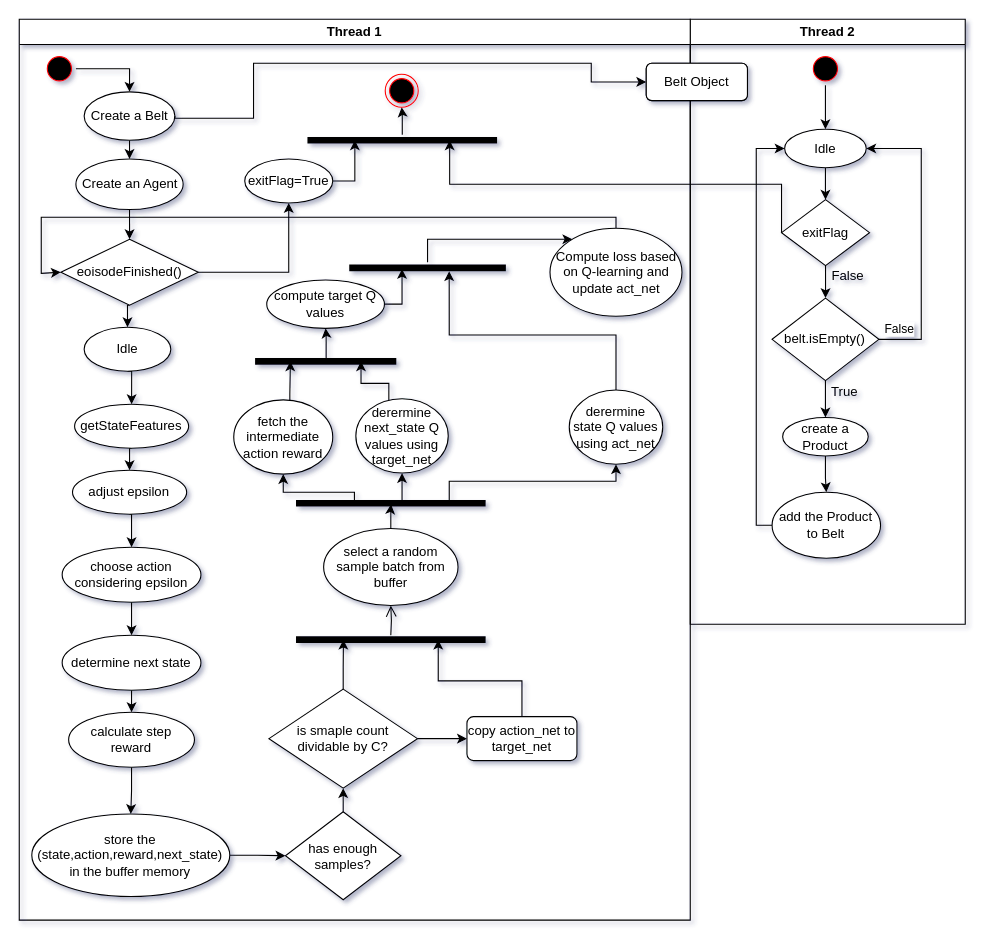
This is DQN_ActivityDiagram.drawio from Ardeshir-Shon/SmartSorter, a draw.io file, before an edit. Source tidied: cells renumbered, new cells numbered last; positions are measured from the earlier drawing's top-left corner, leaving out a move shared by most shapes. Both pictures are drawn from the tidied source at 110%, with x=0, y=0 at pixel (19, 19).
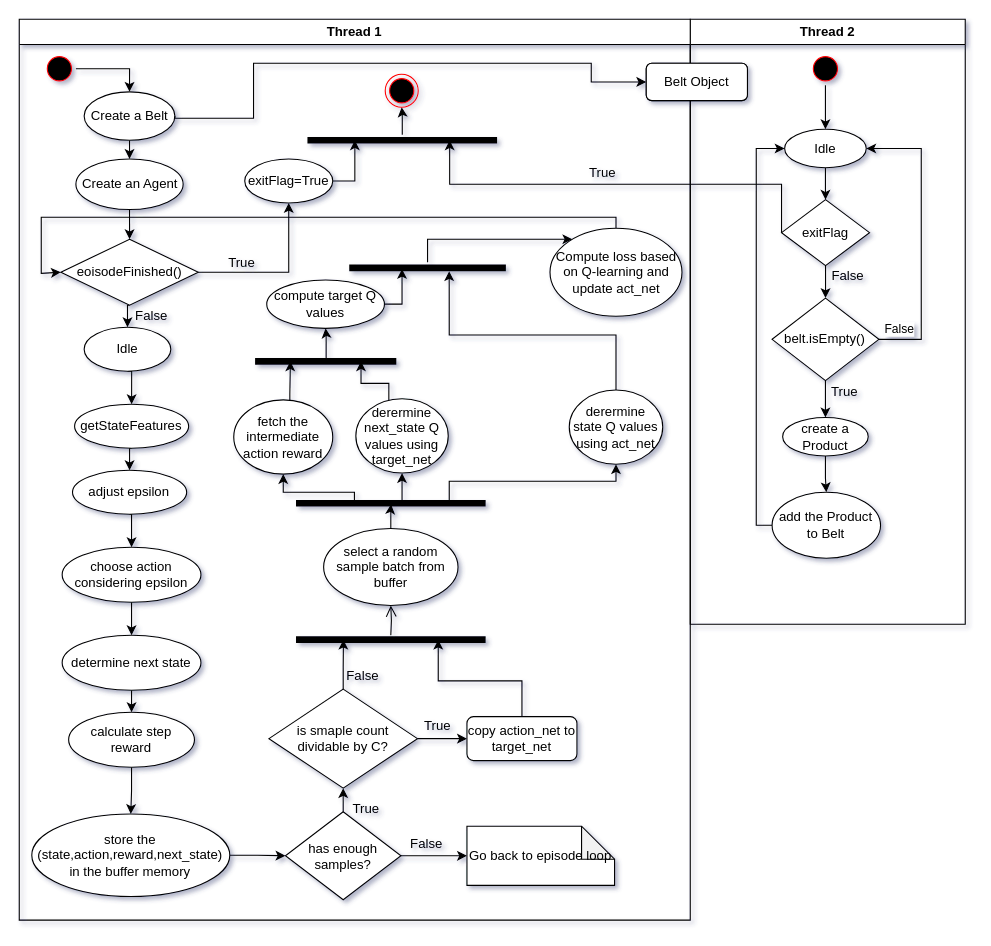
The same diagram, later.

Unchanged cells that the change refers to:
```xml
<mxCell id="20" value="Thread 1" style="swimlane;whiteSpace=wrap;" parent="1" vertex="1">
  <mxGeometry width="610" height="819" as="geometry" />
</mxCell>
<mxCell id="45" value="has enough samples?" style="rhombus;whiteSpace=wrap;html=1;" parent="20" vertex="1">
  <mxGeometry x="242" y="720.5" width="105" height="80" as="geometry" />
</mxCell>
```

Change to the diagram source:
```diff
@@
+    <mxCell id="82" style="edgeStyle=orthogonalEdgeStyle;rounded=0;jettySize=auto;html=1;entryX=0;entryY=0.5;entryDx=0;entryDy=0;entryPerimeter=0;" parent="20" edge="1" source="45" target="83">
+      <mxGeometry relative="1" as="geometry" />
+    </mxCell>
@@
+    <mxCell id="83" value="Go back to episode loop" style="shape=note;whiteSpace=wrap;html=1;backgroundOutline=1;darkOpacity=0.05;" parent="20" vertex="1">
+      <mxGeometry x="407" y="733.6" width="134.2" height="53.8" as="geometry" />
+    </mxCell>
+    <mxCell id="84" value="True" style="text;html=1;align=center;verticalAlign=middle;strokeColor=none;fillColor=none;" parent="20" vertex="1">
+      <mxGeometry x="295" y="708" width="40" height="20" as="geometry" />
+    </mxCell>
@@
+    <mxCell id="85" value="False" style="text;html=1;align=center;verticalAlign=middle;strokeColor=none;fillColor=none;" parent="1" vertex="1">
+      <mxGeometry x="350" y="740" width="40" height="20" as="geometry" />
+    </mxCell>
+    <mxCell id="86" value="True" style="text;html=1;align=center;verticalAlign=middle;strokeColor=none;fillColor=none;" parent="1" vertex="1">
+      <mxGeometry x="510" y="130" width="40" height="20" as="geometry" />
+    </mxCell>
+    <mxCell id="87" value="False" style="text;html=1;align=center;verticalAlign=middle;strokeColor=none;fillColor=none;" parent="1" vertex="1">
+      <mxGeometry x="100" y="260" width="40" height="20" as="geometry" />
+    </mxCell>
+    <mxCell id="88" value="True" style="text;html=1;align=center;verticalAlign=middle;strokeColor=none;fillColor=none;" parent="1" vertex="1">
+      <mxGeometry x="182" y="212" width="40" height="20" as="geometry" />
+    </mxCell>
+    <mxCell id="89" value="False" style="text;html=1;align=center;verticalAlign=middle;strokeColor=none;fillColor=none;" parent="1" vertex="1">
+      <mxGeometry x="292" y="587" width="40" height="20" as="geometry" />
+    </mxCell>
+    <mxCell id="90" value="True" style="text;html=1;align=center;verticalAlign=middle;strokeColor=none;fillColor=none;" parent="1" vertex="1">
+      <mxGeometry x="360" y="633" width="40" height="20" as="geometry" />
+    </mxCell>
```
